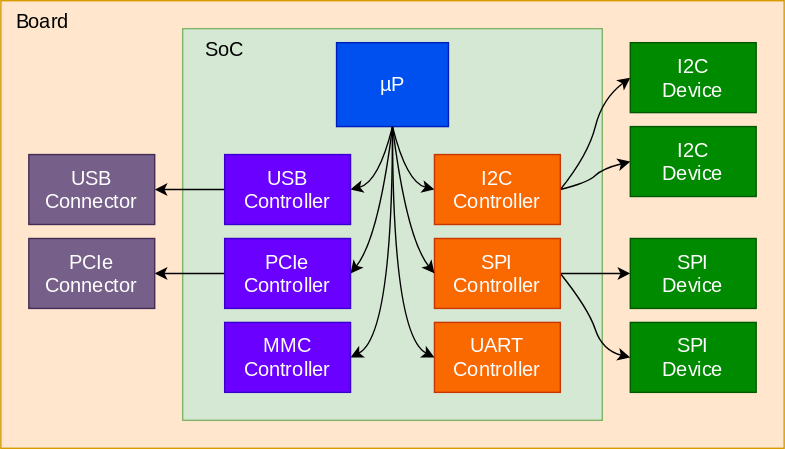
The draw.io diagram docs/lecture/programmation-noyau/pilotes/img/device_tree.drawio.svg in mse-csel/website, before a commit. Source tidied: cells renumbered, new cells last; positions are measured from the earlier drawing's top-left corner, leaving out a move shared by most shapes. Source of this version:
```xml
<mxGraphModel>
  <root>
    <mxCell id="0" />
    <mxCell id="1" parent="0" />
    <mxCell id="2" style="rounded=0;whiteSpace=wrap;html=1;fillColor=#ffe6cc;strokeColor=#d79b00;" parent="1" vertex="1">
      <mxGeometry width="560" height="320" as="geometry" />
    </mxCell>
    <mxCell id="3" value="Board" style="text;html=1;strokeColor=none;fillColor=none;align=center;verticalAlign=middle;whiteSpace=wrap;rounded=0;fontFamily=Roboto;fontSource=https%3A%2F%2Ffonts.googleapis.com%2Fcss%3Ffamily%3DRoboto;fontSize=14;" parent="1" vertex="1">
      <mxGeometry width="60" height="30" as="geometry" />
    </mxCell>
    <mxCell id="4" style="rounded=0;whiteSpace=wrap;html=1;fontFamily=Roboto;fontSource=https%3A%2F%2Ffonts.googleapis.com%2Fcss%3Ffamily%3DRoboto;fontSize=14;fillColor=#d5e8d4;strokeColor=#82b366;" parent="1" vertex="1">
      <mxGeometry x="130" y="20" width="300" height="280" as="geometry" />
    </mxCell>
    <mxCell id="5" value="SoC" style="text;html=1;strokeColor=none;fillColor=none;align=center;verticalAlign=middle;whiteSpace=wrap;rounded=0;fontFamily=Roboto;fontSource=https%3A%2F%2Ffonts.googleapis.com%2Fcss%3Ffamily%3DRoboto;fontSize=14;" parent="1" vertex="1">
      <mxGeometry x="130" y="20" width="60" height="30" as="geometry" />
    </mxCell>
    <mxCell id="6" style="edgeStyle=none;html=1;exitX=0.5;exitY=1;exitDx=0;exitDy=0;entryX=1;entryY=0.5;entryDx=0;entryDy=0;fontFamily=Roboto;fontSource=https%3A%2F%2Ffonts.googleapis.com%2Fcss%3Ffamily%3DRoboto;fontSize=14;fontColor=#FFFFFF;curved=1;" parent="1" edge="1" source="10" target="12">
      <mxGeometry relative="1" as="geometry">
        <Array as="points">
          <mxPoint x="270" y="130" />
        </Array>
      </mxGeometry>
    </mxCell>
    <mxCell id="7" style="edgeStyle=none;html=1;exitX=0.5;exitY=1;exitDx=0;exitDy=0;entryX=1;entryY=0.5;entryDx=0;entryDy=0;fontFamily=Roboto;fontSource=https%3A%2F%2Ffonts.googleapis.com%2Fcss%3Ffamily%3DRoboto;fontSize=14;fontColor=#FFFFFF;curved=1;" parent="1" edge="1" source="10" target="14">
      <mxGeometry relative="1" as="geometry">
        <Array as="points">
          <mxPoint x="270" y="170" />
        </Array>
      </mxGeometry>
    </mxCell>
    <mxCell id="8" style="edgeStyle=none;html=1;exitX=0.5;exitY=1;exitDx=0;exitDy=0;entryX=1;entryY=0.5;entryDx=0;entryDy=0;fontFamily=Roboto;fontSource=https%3A%2F%2Ffonts.googleapis.com%2Fcss%3Ffamily%3DRoboto;fontSize=14;fontColor=#FFFFFF;curved=1;" parent="1" edge="1" source="10" target="15">
      <mxGeometry relative="1" as="geometry">
        <Array as="points">
          <mxPoint x="280" y="240" />
        </Array>
      </mxGeometry>
    </mxCell>
    <mxCell id="9" style="edgeStyle=none;curved=1;html=1;exitX=0.5;exitY=1;exitDx=0;exitDy=0;entryX=0;entryY=0.5;entryDx=0;entryDy=0;fontFamily=Roboto;fontSource=https%3A%2F%2Ffonts.googleapis.com%2Fcss%3Ffamily%3DRoboto;fontSize=14;fontColor=#FFFFFF;" parent="1" edge="1" source="10" target="18">
      <mxGeometry relative="1" as="geometry">
        <Array as="points">
          <mxPoint x="290" y="130" />
        </Array>
      </mxGeometry>
    </mxCell>
    <mxCell id="10" value="µP" style="rounded=0;whiteSpace=wrap;html=1;fontFamily=Roboto;fontSource=https%3A%2F%2Ffonts.googleapis.com%2Fcss%3Ffamily%3DRoboto;fontSize=14;fillColor=#0050ef;fontColor=#ffffff;strokeColor=#001DBC;" parent="1" vertex="1">
      <mxGeometry x="240" y="30" width="80" height="60" as="geometry" />
    </mxCell>
    <mxCell id="11" style="edgeStyle=none;curved=1;html=1;exitX=0;exitY=0.5;exitDx=0;exitDy=0;entryX=1;entryY=0.5;entryDx=0;entryDy=0;fontFamily=Roboto;fontSource=https%3A%2F%2Ffonts.googleapis.com%2Fcss%3Ffamily%3DRoboto;fontSize=14;fontColor=#FFFFFF;" parent="1" edge="1" source="12" target="25">
      <mxGeometry relative="1" as="geometry" />
    </mxCell>
    <mxCell id="12" value="USB&lt;br&gt;Controller" style="rounded=0;whiteSpace=wrap;html=1;fontFamily=Roboto;fontSource=https%3A%2F%2Ffonts.googleapis.com%2Fcss%3Ffamily%3DRoboto;fontSize=14;fillColor=#6a00ff;fontColor=#ffffff;strokeColor=#3700CC;" parent="1" vertex="1">
      <mxGeometry x="160" y="110" width="90" height="50" as="geometry" />
    </mxCell>
    <mxCell id="13" style="edgeStyle=none;curved=1;html=1;exitX=0;exitY=0.5;exitDx=0;exitDy=0;entryX=1;entryY=0.5;entryDx=0;entryDy=0;fontFamily=Roboto;fontSource=https%3A%2F%2Ffonts.googleapis.com%2Fcss%3Ffamily%3DRoboto;fontSize=14;fontColor=#FFFFFF;" parent="1" edge="1" source="14" target="26">
      <mxGeometry relative="1" as="geometry" />
    </mxCell>
    <mxCell id="14" value="PCIe&lt;br&gt;Controller" style="rounded=0;whiteSpace=wrap;html=1;fontFamily=Roboto;fontSource=https%3A%2F%2Ffonts.googleapis.com%2Fcss%3Ffamily%3DRoboto;fontSize=14;fillColor=#6a00ff;fontColor=#ffffff;strokeColor=#3700CC;" parent="1" vertex="1">
      <mxGeometry x="160" y="170" width="90" height="50" as="geometry" />
    </mxCell>
    <mxCell id="15" value="MMC&lt;br&gt;Controller" style="rounded=0;whiteSpace=wrap;html=1;fontFamily=Roboto;fontSource=https%3A%2F%2Ffonts.googleapis.com%2Fcss%3Ffamily%3DRoboto;fontSize=14;fillColor=#6a00ff;fontColor=#ffffff;strokeColor=#3700CC;" parent="1" vertex="1">
      <mxGeometry x="160" y="230" width="90" height="50" as="geometry" />
    </mxCell>
    <mxCell id="16" style="edgeStyle=none;curved=1;html=1;exitX=1;exitY=0.5;exitDx=0;exitDy=0;entryX=0;entryY=0.5;entryDx=0;entryDy=0;fontFamily=Roboto;fontSource=https%3A%2F%2Ffonts.googleapis.com%2Fcss%3Ffamily%3DRoboto;fontSize=14;fontColor=#FFFFFF;" parent="1" edge="1" source="18" target="27">
      <mxGeometry relative="1" as="geometry">
        <Array as="points">
          <mxPoint x="420" y="110" />
          <mxPoint x="430" y="70" />
        </Array>
      </mxGeometry>
    </mxCell>
    <mxCell id="17" style="edgeStyle=none;curved=1;html=1;exitX=1;exitY=0.5;exitDx=0;exitDy=0;entryX=0;entryY=0.5;entryDx=0;entryDy=0;fontFamily=Roboto;fontSource=https%3A%2F%2Ffonts.googleapis.com%2Fcss%3Ffamily%3DRoboto;fontSize=14;fontColor=#FFFFFF;" parent="1" edge="1" source="18" target="28">
      <mxGeometry relative="1" as="geometry">
        <Array as="points">
          <mxPoint x="420" y="130" />
          <mxPoint x="430" y="120" />
        </Array>
      </mxGeometry>
    </mxCell>
    <mxCell id="18" value="I2C&lt;br&gt;Controller" style="rounded=0;whiteSpace=wrap;html=1;fontFamily=Roboto;fontSource=https%3A%2F%2Ffonts.googleapis.com%2Fcss%3Ffamily%3DRoboto;fontSize=14;fillColor=#fa6800;fontColor=#FFFFFF;strokeColor=#C73500;" parent="1" vertex="1">
      <mxGeometry x="310" y="110" width="90" height="50" as="geometry" />
    </mxCell>
    <mxCell id="19" style="edgeStyle=none;curved=1;html=1;exitX=1;exitY=0.5;exitDx=0;exitDy=0;entryX=0;entryY=0.5;entryDx=0;entryDy=0;fontFamily=Roboto;fontSource=https%3A%2F%2Ffonts.googleapis.com%2Fcss%3Ffamily%3DRoboto;fontSize=14;fontColor=#FFFFFF;" parent="1" edge="1" source="21" target="29">
      <mxGeometry relative="1" as="geometry" />
    </mxCell>
    <mxCell id="20" style="edgeStyle=none;curved=1;html=1;exitX=1;exitY=0.5;exitDx=0;exitDy=0;entryX=0;entryY=0.5;entryDx=0;entryDy=0;fontFamily=Roboto;fontSource=https%3A%2F%2Ffonts.googleapis.com%2Fcss%3Ffamily%3DRoboto;fontSize=14;fontColor=#FFFFFF;" parent="1" edge="1" source="21" target="30">
      <mxGeometry relative="1" as="geometry">
        <Array as="points">
          <mxPoint x="420" y="220" />
          <mxPoint x="430" y="250" />
        </Array>
      </mxGeometry>
    </mxCell>
    <mxCell id="21" value="SPI&lt;br&gt;Controller" style="rounded=0;whiteSpace=wrap;html=1;fontFamily=Roboto;fontSource=https%3A%2F%2Ffonts.googleapis.com%2Fcss%3Ffamily%3DRoboto;fontSize=14;fillColor=#fa6800;fontColor=#FFFFFF;strokeColor=#C73500;" parent="1" vertex="1">
      <mxGeometry x="310" y="170" width="90" height="50" as="geometry" />
    </mxCell>
    <mxCell id="22" value="UART&lt;br&gt;Controller" style="rounded=0;whiteSpace=wrap;html=1;fontFamily=Roboto;fontSource=https%3A%2F%2Ffonts.googleapis.com%2Fcss%3Ffamily%3DRoboto;fontSize=14;fillColor=#fa6800;fontColor=#FFFFFF;strokeColor=#C73500;" parent="1" vertex="1">
      <mxGeometry x="310" y="230" width="90" height="50" as="geometry" />
    </mxCell>
    <mxCell id="23" style="edgeStyle=none;html=1;exitX=0.5;exitY=1;exitDx=0;exitDy=0;entryX=0;entryY=0.5;entryDx=0;entryDy=0;fontFamily=Roboto;fontSource=https%3A%2F%2Ffonts.googleapis.com%2Fcss%3Ffamily%3DRoboto;fontSize=14;fontColor=#FFFFFF;curved=1;" parent="1" edge="1" source="10" target="22">
      <mxGeometry relative="1" as="geometry">
        <Array as="points">
          <mxPoint x="280" y="240" />
        </Array>
      </mxGeometry>
    </mxCell>
    <mxCell id="24" style="edgeStyle=none;html=1;exitX=0.5;exitY=1;exitDx=0;exitDy=0;entryX=0;entryY=0.5;entryDx=0;entryDy=0;fontFamily=Roboto;fontSource=https%3A%2F%2Ffonts.googleapis.com%2Fcss%3Ffamily%3DRoboto;fontSize=14;fontColor=#FFFFFF;curved=1;" parent="1" edge="1" source="10" target="21">
      <mxGeometry relative="1" as="geometry">
        <Array as="points">
          <mxPoint x="290" y="170" />
        </Array>
      </mxGeometry>
    </mxCell>
    <mxCell id="25" value="USB&lt;br&gt;Connector" style="rounded=0;whiteSpace=wrap;html=1;fontFamily=Roboto;fontSource=https%3A%2F%2Ffonts.googleapis.com%2Fcss%3Ffamily%3DRoboto;fontSize=14;fillColor=#76608a;fontColor=#ffffff;strokeColor=#432D57;" parent="1" vertex="1">
      <mxGeometry x="20" y="110" width="90" height="50" as="geometry" />
    </mxCell>
    <mxCell id="26" value="PCIe&lt;br&gt;Connector" style="rounded=0;whiteSpace=wrap;html=1;fontFamily=Roboto;fontSource=https%3A%2F%2Ffonts.googleapis.com%2Fcss%3Ffamily%3DRoboto;fontSize=14;fillColor=#76608a;fontColor=#ffffff;strokeColor=#432D57;" parent="1" vertex="1">
      <mxGeometry x="20" y="170" width="90" height="50" as="geometry" />
    </mxCell>
    <mxCell id="27" value="I2C&lt;br&gt;Device" style="rounded=0;whiteSpace=wrap;html=1;fontFamily=Roboto;fontSource=https%3A%2F%2Ffonts.googleapis.com%2Fcss%3Ffamily%3DRoboto;fontSize=14;fillColor=#008a00;fontColor=#ffffff;strokeColor=#005700;" parent="1" vertex="1">
      <mxGeometry x="450" y="30" width="90" height="50" as="geometry" />
    </mxCell>
    <mxCell id="28" value="I2C&lt;br&gt;Device" style="rounded=0;whiteSpace=wrap;html=1;fontFamily=Roboto;fontSource=https%3A%2F%2Ffonts.googleapis.com%2Fcss%3Ffamily%3DRoboto;fontSize=14;fillColor=#008a00;fontColor=#ffffff;strokeColor=#005700;" parent="1" vertex="1">
      <mxGeometry x="450" y="90" width="90" height="50" as="geometry" />
    </mxCell>
    <mxCell id="29" value="SPI&lt;br&gt;Device" style="rounded=0;whiteSpace=wrap;html=1;fontFamily=Roboto;fontSource=https%3A%2F%2Ffonts.googleapis.com%2Fcss%3Ffamily%3DRoboto;fontSize=14;fillColor=#008a00;fontColor=#ffffff;strokeColor=#005700;" parent="1" vertex="1">
      <mxGeometry x="450" y="170" width="90" height="50" as="geometry" />
    </mxCell>
    <mxCell id="30" value="SPI&lt;br&gt;Device" style="rounded=0;whiteSpace=wrap;html=1;fontFamily=Roboto;fontSource=https%3A%2F%2Ffonts.googleapis.com%2Fcss%3Ffamily%3DRoboto;fontSize=14;fillColor=#008a00;fontColor=#ffffff;strokeColor=#005700;" parent="1" vertex="1">
      <mxGeometry x="450" y="230" width="90" height="50" as="geometry" />
    </mxCell>
  </root>
</mxGraphModel>
```
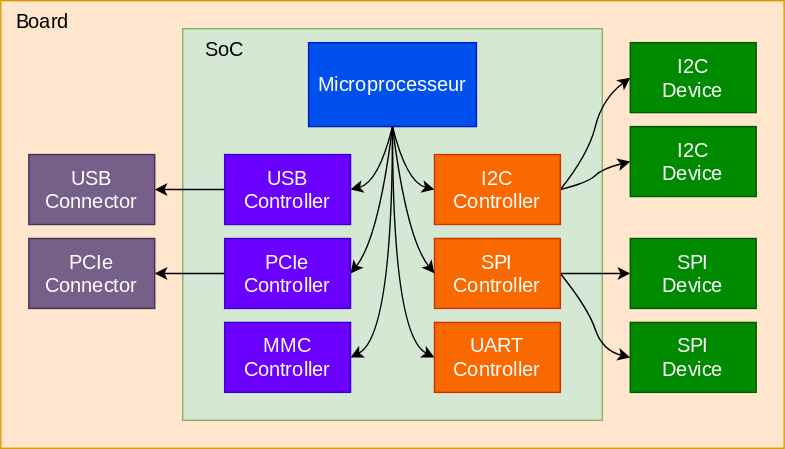
The same file after the commit.

The edit, as a diff of the source:
```diff
@@ -42,8 +42,8 @@
         </Array>
       </mxGeometry>
     </mxCell>
-    <mxCell id="10" value="µP" style="rounded=0;whiteSpace=wrap;html=1;fontFamily=Roboto;fontSource=https%3A%2F%2Ffonts.googleapis.com%2Fcss%3Ffamily%3DRoboto;fontSize=14;fillColor=#0050ef;fontColor=#ffffff;strokeColor=#001DBC;" parent="1" vertex="1">
-      <mxGeometry x="240" y="30" width="80" height="60" as="geometry" />
+    <mxCell id="10" value="Microprocesseur" style="rounded=0;whiteSpace=wrap;html=1;fontFamily=Roboto;fontSource=https%3A%2F%2Ffonts.googleapis.com%2Fcss%3Ffamily%3DRoboto;fontSize=14;fillColor=#0050ef;fontColor=#ffffff;strokeColor=#001DBC;" parent="1" vertex="1">
+      <mxGeometry x="220" y="30" width="120" height="60" as="geometry" />
     </mxCell>
     <mxCell id="11" style="edgeStyle=none;curved=1;html=1;exitX=0;exitY=0.5;exitDx=0;exitDy=0;entryX=1;entryY=0.5;entryDx=0;entryDy=0;fontFamily=Roboto;fontSource=https%3A%2F%2Ffonts.googleapis.com%2Fcss%3Ffamily%3DRoboto;fontSize=14;fontColor=#FFFFFF;" parent="1" edge="1" source="12" target="25">
       <mxGeometry relative="1" as="geometry" />
```
